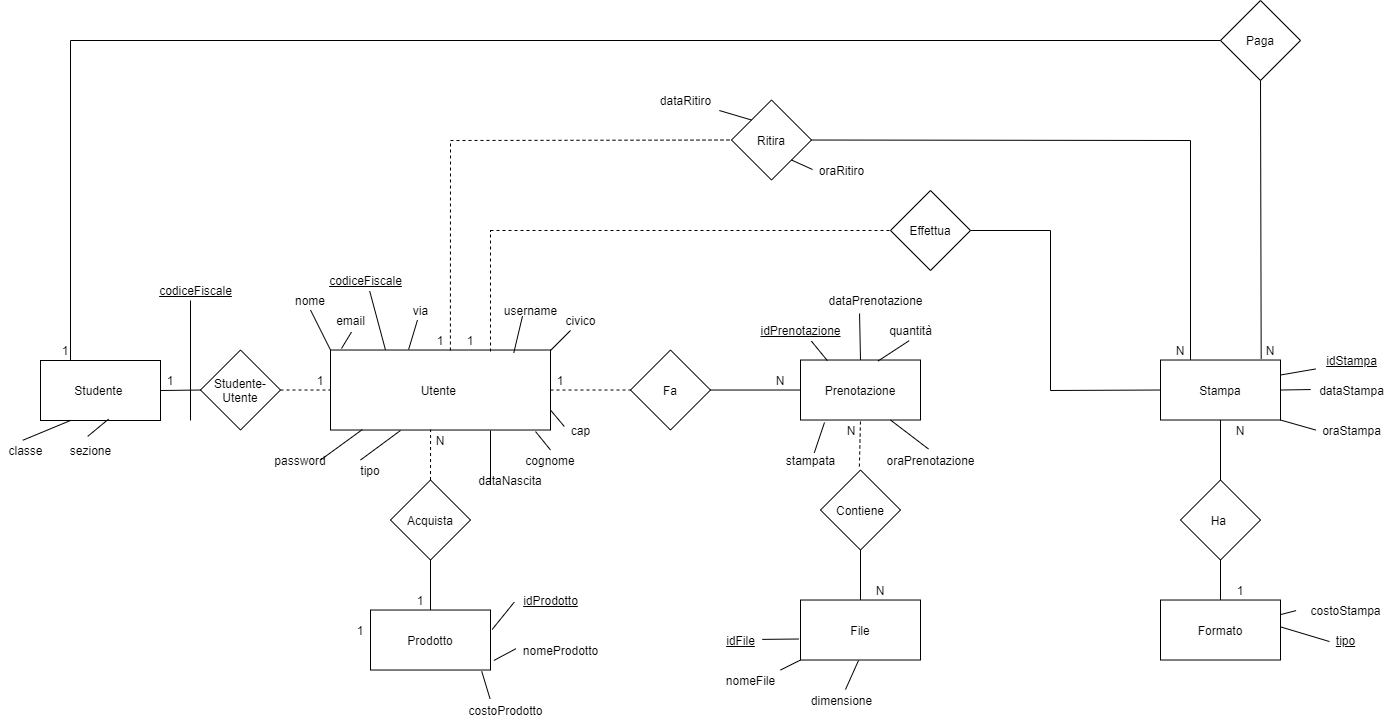
This is Documentazione/Progettazione/ER ristrutturato.png from Depog/ProgettoInformatica, a draw.io export, as it was before one commit. Source tidied: cells renumbered, new cells last; positions are measured from the earlier drawing's top-left corner, leaving out a move shared by most shapes.
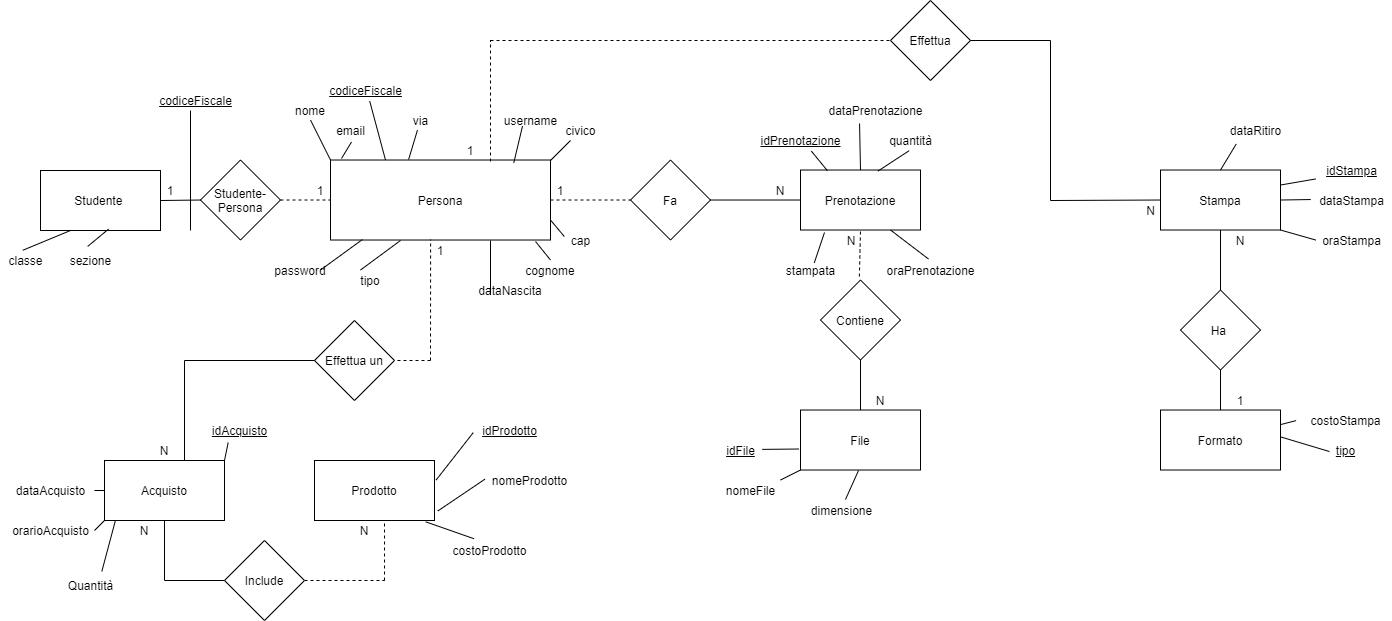
The same diagram one commit later.

The edit, as a diff of the source:
```diff
@@ -41,16 +41,13 @@
     <mxCell id="14" value="1" style="text;html=1;strokeColor=none;fillColor=none;align=center;verticalAlign=middle;whiteSpace=wrap;rounded=0;" parent="1" vertex="1">
       <mxGeometry x="1220" y="579.5" width="40" height="20" as="geometry" />
     </mxCell>
-    <mxCell id="15" value="Ritira" style="rhombus;whiteSpace=wrap;html=1;" parent="1" vertex="1">
-      <mxGeometry x="731" y="99.5" width="80" height="80" as="geometry" />
-    </mxCell>
     <mxCell id="16" value="costoStampa" style="text;html=1;align=center;verticalAlign=middle;points=[];" parent="1" vertex="1">
       <mxGeometry x="1300" y="599.5" width="90" height="20" as="geometry" />
     </mxCell>
     <mxCell id="17" style="endArrow=none;html=1;entryX=-0.049;entryY=0.529;entryDx=0;entryDy=0;entryPerimeter=0;" parent="1" edge="1" source="9" target="16">
       <mxGeometry relative="1" as="geometry" />
     </mxCell>
-    <mxCell id="18" value="Utente&amp;nbsp;" style="rounded=0;whiteSpace=wrap;html=1;" parent="1" vertex="1">
+    <mxCell id="18" value="Persona" style="rounded=0;whiteSpace=wrap;html=1;" parent="1" vertex="1">
       <mxGeometry x="330" y="349.5" width="220" height="80" as="geometry" />
     </mxCell>
     <mxCell id="19" value="Fa" style="rhombus;whiteSpace=wrap;html=1;" parent="1" vertex="1">
@@ -68,70 +65,17 @@
     <mxCell id="23" value="1" style="text;html=1;strokeColor=none;fillColor=none;align=center;verticalAlign=middle;whiteSpace=wrap;rounded=0;" parent="1" vertex="1">
       <mxGeometry x="540" y="369.5" width="40" height="20" as="geometry" />
     </mxCell>
-    <mxCell id="24" style="endArrow=none;dashed=1;html=1;entryX=0;entryY=0.5;entryDx=0;entryDy=0;" parent="1" edge="1" target="15">
-      <mxGeometry relative="1" as="geometry">
-        <mxPoint x="450" y="140" as="sourcePoint" />
-      </mxGeometry>
-    </mxCell>
-    <mxCell id="25" style="endArrow=none;dashed=1;html=1;exitX=0.545;exitY=0.006;exitDx=0;exitDy=0;exitPerimeter=0;" parent="1" edge="1" source="18">
-      <mxGeometry relative="1" as="geometry">
-        <mxPoint x="450" y="140" as="targetPoint" />
-      </mxGeometry>
-    </mxCell>
-    <mxCell id="26" style="endArrow=none;html=1;exitX=1;exitY=0.5;exitDx=0;exitDy=0;" parent="1" edge="1" source="15">
-      <mxGeometry relative="1" as="geometry">
-        <mxPoint x="1190" y="140" as="targetPoint" />
-      </mxGeometry>
-    </mxCell>
-    <mxCell id="27" style="endArrow=none;html=1;exitX=0.25;exitY=0;exitDx=0;exitDy=0;" parent="1" edge="1" source="11">
-      <mxGeometry relative="1" as="geometry">
-        <mxPoint x="1190" y="140" as="targetPoint" />
-      </mxGeometry>
-    </mxCell>
-    <mxCell id="28" value="N" style="text;html=1;strokeColor=none;fillColor=none;align=center;verticalAlign=middle;whiteSpace=wrap;rounded=0;" parent="1" vertex="1">
-      <mxGeometry x="1160" y="339.5" width="40" height="20" as="geometry" />
-    </mxCell>
-    <mxCell id="29" value="1" style="text;html=1;strokeColor=none;fillColor=none;align=center;verticalAlign=middle;whiteSpace=wrap;rounded=0;" parent="1" vertex="1">
-      <mxGeometry x="420" y="329.5" width="40" height="20" as="geometry" />
-    </mxCell>
-    <mxCell id="30" value="Acquista" style="rhombus;whiteSpace=wrap;html=1;" parent="1" vertex="1">
-      <mxGeometry x="390" y="479.5" width="80" height="80" as="geometry" />
-    </mxCell>
-    <mxCell id="31" value="Prodotto" style="rounded=0;whiteSpace=wrap;html=1;" parent="1" vertex="1">
-      <mxGeometry x="370" y="609.5" width="120" height="60" as="geometry" />
-    </mxCell>
-    <mxCell id="32" style="endArrow=none;dashed=1;html=1;entryX=0.455;entryY=0.994;entryDx=0;entryDy=0;exitX=0.5;exitY=0;exitDx=0;exitDy=0;entryPerimeter=0;" parent="1" edge="1" source="30" target="18">
-      <mxGeometry relative="1" as="geometry" />
+    <mxCell id="32" style="endArrow=none;dashed=1;html=1;entryX=0.455;entryY=0.994;entryDx=0;entryDy=0;entryPerimeter=0;" parent="1" edge="1" target="18">
+      <mxGeometry relative="1" as="geometry">
+        <mxPoint x="430" y="550" as="sourcePoint" />
+      </mxGeometry>
     </mxCell>
-    <mxCell id="33" style="endArrow=none;html=1;entryX=0.5;entryY=1;entryDx=0;entryDy=0;exitX=0.5;exitY=0;exitDx=0;exitDy=0;" parent="1" edge="1" source="31" target="30">
-      <mxGeometry relative="1" as="geometry" />
-    </mxCell>
-    <mxCell id="34" value="1" style="text;html=1;strokeColor=none;fillColor=none;align=center;verticalAlign=middle;whiteSpace=wrap;rounded=0;" parent="1" vertex="1">
-      <mxGeometry x="400" y="589.5" width="40" height="20" as="geometry" />
-    </mxCell>
-    <mxCell id="35" value="N" style="text;html=1;strokeColor=none;fillColor=none;align=center;verticalAlign=middle;whiteSpace=wrap;rounded=0;" parent="1" vertex="1">
+    <mxCell id="35" value="1" style="text;html=1;strokeColor=none;fillColor=none;align=center;verticalAlign=middle;whiteSpace=wrap;rounded=0;" parent="1" vertex="1">
       <mxGeometry x="420" y="429.5" width="40" height="20" as="geometry" />
     </mxCell>
     <mxCell id="36" value="Studente&amp;nbsp;" style="rounded=0;whiteSpace=wrap;html=1;" parent="1" vertex="1">
       <mxGeometry x="40" y="360" width="120" height="60" as="geometry" />
     </mxCell>
-    <mxCell id="37" value="Paga" style="rhombus;whiteSpace=wrap;html=1;" parent="1" vertex="1">
-      <mxGeometry x="1220" width="80" height="80" as="geometry" />
-    </mxCell>
-    <mxCell id="38" style="endArrow=none;html=1;entryX=0;entryY=0.5;entryDx=0;entryDy=0;" parent="1" edge="1" target="37">
-      <mxGeometry relative="1" as="geometry">
-        <mxPoint x="70" y="40" as="sourcePoint" />
-      </mxGeometry>
-    </mxCell>
-    <mxCell id="39" style="endArrow=none;html=1;exitX=0.839;exitY=-0.022;exitDx=0;exitDy=0;exitPerimeter=0;entryX=0.5;entryY=1;entryDx=0;entryDy=0;" parent="1" edge="1" source="11" target="37">
-      <mxGeometry relative="1" as="geometry" />
-    </mxCell>
-    <mxCell id="40" value="N" style="text;html=1;strokeColor=none;fillColor=none;align=center;verticalAlign=middle;whiteSpace=wrap;rounded=0;" parent="1" vertex="1">
-      <mxGeometry x="1250" y="340" width="40" height="20" as="geometry" />
-    </mxCell>
-    <mxCell id="41" value="1" style="text;html=1;strokeColor=none;fillColor=none;align=center;verticalAlign=middle;whiteSpace=wrap;rounded=0;" parent="1" vertex="1">
-      <mxGeometry x="45" y="339.5" width="40" height="20" as="geometry" />
-    </mxCell>
     <mxCell id="42" style="endArrow=none;dashed=1;html=1;entryX=0.5;entryY=1;entryDx=0;entryDy=0;exitX=0.486;exitY=-0.044;exitDx=0;exitDy=0;exitPerimeter=0;" parent="1" edge="1" source="3" target="2">
       <mxGeometry relative="1" as="geometry" />
     </mxCell>
@@ -261,41 +205,6 @@
     <mxCell id="82" style="endArrow=none;html=1;entryX=-0.035;entryY=0.576;entryDx=0;entryDy=0;entryPerimeter=0;exitX=1.001;exitY=0.448;exitDx=0;exitDy=0;exitPerimeter=0;" parent="1" edge="1" source="9" target="81">
       <mxGeometry relative="1" as="geometry" />
     </mxCell>
-    <mxCell id="83" value="&lt;u&gt;idProdotto&lt;/u&gt;" style="text;html=1;align=center;verticalAlign=middle;points=[];" parent="1" vertex="1">
-      <mxGeometry x="515" y="589.5" width="70" height="20" as="geometry" />
-    </mxCell>
-    <mxCell id="84" value="nomeProdotto" style="text;html=1;align=center;verticalAlign=middle;points=[];" parent="1" vertex="1">
-      <mxGeometry x="515" y="639.5" width="90" height="20" as="geometry" />
-    </mxCell>
-    <mxCell id="85" value="costoProdotto" style="text;html=1;align=center;verticalAlign=middle;points=[];" parent="1" vertex="1">
-      <mxGeometry x="460" y="700" width="90" height="20" as="geometry" />
-    </mxCell>
-    <mxCell id="86" style="endArrow=none;html=1;entryX=-0.018;entryY=0.607;entryDx=0;entryDy=0;entryPerimeter=0;exitX=1.014;exitY=0.324;exitDx=0;exitDy=0;exitPerimeter=0;" parent="1" edge="1" source="31" target="83">
-      <mxGeometry relative="1" as="geometry" />
-    </mxCell>
-    <mxCell id="87" style="endArrow=none;html=1;entryX=0.004;entryY=0.436;entryDx=0;entryDy=0;entryPerimeter=0;exitX=1.028;exitY=0.841;exitDx=0;exitDy=0;exitPerimeter=0;" parent="1" edge="1" source="31" target="84">
-      <mxGeometry relative="1" as="geometry" />
-    </mxCell>
-    <mxCell id="88" style="endArrow=none;html=1;entryX=0.927;entryY=1.022;entryDx=0;entryDy=0;entryPerimeter=0;exitX=0.328;exitY=-0.088;exitDx=0;exitDy=0;exitPerimeter=0;" parent="1" edge="1" source="85" target="31">
-      <mxGeometry relative="1" as="geometry" />
-    </mxCell>
-    <mxCell id="89" value="dataRitiro" style="text;html=1;align=center;verticalAlign=middle;points=[];" parent="1" vertex="1">
-      <mxGeometry x="650" y="90" width="70" height="20" as="geometry" />
-    </mxCell>
-    <mxCell id="90" value="oraRitiro" style="text;html=1;align=center;verticalAlign=middle;points=[];" parent="1" vertex="1">
-      <mxGeometry x="811" y="159.5" width="60" height="20" as="geometry" />
-    </mxCell>
-    <mxCell id="91" style="endArrow=none;html=1;entryX=0.017;entryY=0.474;entryDx=0;entryDy=0;entryPerimeter=0;exitX=1;exitY=1;exitDx=0;exitDy=0;" parent="1" edge="1" source="15" target="90">
-      <mxGeometry relative="1" as="geometry" />
-    </mxCell>
-    <mxCell id="92" style="endArrow=none;html=1;exitX=0;exitY=0;exitDx=0;exitDy=0;" parent="1" edge="1" source="15" target="89">
-      <mxGeometry relative="1" as="geometry" />
-    </mxCell>
-    <mxCell id="93" style="endArrow=none;html=1;entryX=0.25;entryY=0;entryDx=0;entryDy=0;" parent="1" edge="1" target="36">
-      <mxGeometry relative="1" as="geometry">
-        <mxPoint x="70" y="40" as="sourcePoint" />
-      </mxGeometry>
-    </mxCell>
     <mxCell id="94" value="tipo" style="text;html=1;strokeColor=none;fillColor=none;align=center;verticalAlign=middle;whiteSpace=wrap;rounded=0;" parent="1" vertex="1">
       <mxGeometry x="350" y="459.5" width="40" height="20" as="geometry" />
     </mxCell>
@@ -307,9 +216,6 @@
     <mxCell id="96" value="password" style="text;html=1;strokeColor=none;fillColor=none;align=center;verticalAlign=middle;whiteSpace=wrap;rounded=0;" parent="1" vertex="1">
       <mxGeometry x="280" y="449.5" width="40" height="20" as="geometry" />
     </mxCell>
-    <mxCell id="97" value="1" style="text;html=1;strokeColor=none;fillColor=none;align=center;verticalAlign=middle;whiteSpace=wrap;rounded=0;" parent="1" vertex="1">
-      <mxGeometry x="340" y="619.5" width="40" height="20" as="geometry" />
-    </mxCell>
     <mxCell id="98" style="endArrow=none;html=1;entryX=0.145;entryY=0.994;entryDx=0;entryDy=0;entryPerimeter=0;exitX=1;exitY=0.5;exitDx=0;exitDy=0;" parent="1" edge="1" source="96" target="18">
       <mxGeometry relative="1" as="geometry" />
     </mxCell>
@@ -327,7 +233,7 @@
     <mxCell id="102" style="endArrow=none;html=1;entryX=-0.04;entryY=0.324;entryDx=0;entryDy=0;entryPerimeter=0;exitX=1;exitY=0.75;exitDx=0;exitDy=0;" parent="1" edge="1" source="18" target="99">
       <mxGeometry relative="1" as="geometry" />
     </mxCell>
-    <mxCell id="103" value="Studente-Utente" style="rhombus;whiteSpace=wrap;html=1;" parent="1" vertex="1">
+    <mxCell id="103" value="Studente-Persona" style="rhombus;whiteSpace=wrap;html=1;" parent="1" vertex="1">
       <mxGeometry x="200" y="349.5" width="80" height="80" as="geometry" />
     </mxCell>
     <mxCell id="104" style="endArrow=none;dashed=1;html=1;exitX=1;exitY=0.5;exitDx=0;exitDy=0;entryX=0;entryY=0.5;entryDx=0;entryDy=0;" parent="1" edge="1" source="103" target="18">
@@ -390,5 +296,119 @@
     <mxCell id="118" style="endArrow=none;html=1;entryX=0.386;entryY=0.804;entryDx=0;entryDy=0;entryPerimeter=0;exitX=0.833;exitY=0.036;exitDx=0;exitDy=0;exitPerimeter=0;" parent="1" edge="1" source="18" target="117">
       <mxGeometry relative="1" as="geometry" />
     </mxCell>
+    <mxCell id="119" value="Effettua un" style="rhombus;whiteSpace=wrap;html=1;" parent="1" vertex="1">
+      <mxGeometry x="314" y="510" width="80" height="80" as="geometry" />
+    </mxCell>
+    <mxCell id="31" value="Prodotto" style="rounded=0;whiteSpace=wrap;html=1;" parent="1" vertex="1">
+      <mxGeometry x="314" y="650" width="120" height="60" as="geometry" />
+    </mxCell>
+    <mxCell id="120" value="N" style="text;html=1;strokeColor=none;fillColor=none;align=center;verticalAlign=middle;whiteSpace=wrap;rounded=0;" parent="1" vertex="1">
+      <mxGeometry x="144" y="630" width="40" height="20" as="geometry" />
+    </mxCell>
+    <mxCell id="83" value="&lt;u&gt;idProdotto&lt;/u&gt;" style="text;html=1;align=center;verticalAlign=middle;points=[];" parent="1" vertex="1">
+      <mxGeometry x="474" y="610" width="70" height="20" as="geometry" />
+    </mxCell>
+    <mxCell id="84" value="nomeProdotto" style="text;html=1;align=center;verticalAlign=middle;points=[];" parent="1" vertex="1">
+      <mxGeometry x="484" y="660" width="90" height="20" as="geometry" />
+    </mxCell>
+    <mxCell id="85" value="costoProdotto" style="text;html=1;align=center;verticalAlign=middle;points=[];" parent="1" vertex="1">
+      <mxGeometry x="444" y="730" width="90" height="20" as="geometry" />
+    </mxCell>
+    <mxCell id="86" style="endArrow=none;html=1;entryX=-0.018;entryY=0.607;entryDx=0;entryDy=0;entryPerimeter=0;exitX=1.014;exitY=0.324;exitDx=0;exitDy=0;exitPerimeter=0;" parent="1" edge="1" source="31" target="83">
+      <mxGeometry relative="1" as="geometry" />
+    </mxCell>
+    <mxCell id="87" style="endArrow=none;html=1;entryX=0.004;entryY=0.436;entryDx=0;entryDy=0;entryPerimeter=0;exitX=1.028;exitY=0.841;exitDx=0;exitDy=0;exitPerimeter=0;" parent="1" edge="1" source="31" target="84">
+      <mxGeometry relative="1" as="geometry" />
+    </mxCell>
+    <mxCell id="88" style="endArrow=none;html=1;entryX=0.927;entryY=1.022;entryDx=0;entryDy=0;entryPerimeter=0;exitX=0.328;exitY=-0.088;exitDx=0;exitDy=0;exitPerimeter=0;" parent="1" edge="1" source="85" target="31">
+      <mxGeometry relative="1" as="geometry" />
+    </mxCell>
+    <mxCell id="121" value="Acquisto" style="rounded=0;whiteSpace=wrap;html=1;" parent="1" vertex="1">
+      <mxGeometry x="104" y="650" width="120" height="60" as="geometry" />
+    </mxCell>
+    <mxCell id="122" style="endArrow=none;html=1;entryX=0;entryY=0.5;entryDx=0;entryDy=0;" parent="1" edge="1" target="119">
+      <mxGeometry relative="1" as="geometry">
+        <mxPoint x="184" y="550" as="sourcePoint" />
+      </mxGeometry>
+    </mxCell>
+    <mxCell id="123" style="endArrow=none;html=1;" parent="1" edge="1">
+      <mxGeometry relative="1" as="geometry">
+        <mxPoint x="184" y="650" as="sourcePoint" />
+        <mxPoint x="184" y="550" as="targetPoint" />
+      </mxGeometry>
+    </mxCell>
+    <mxCell id="124" style="endArrow=none;html=1;entryX=0.5;entryY=1;entryDx=0;entryDy=0;" parent="1" edge="1" target="121">
+      <mxGeometry relative="1" as="geometry">
+        <mxPoint x="164" y="770" as="sourcePoint" />
+      </mxGeometry>
+    </mxCell>
+    <mxCell id="125" style="endArrow=none;html=1;entryX=0;entryY=0.5;entryDx=0;entryDy=0;" parent="1" edge="1">
+      <mxGeometry relative="1" as="geometry">
+        <mxPoint x="164" y="770" as="sourcePoint" />
+        <mxPoint x="224" y="770" as="targetPoint" />
+      </mxGeometry>
+    </mxCell>
+    <mxCell id="126" value="N" style="text;html=1;strokeColor=none;fillColor=none;align=center;verticalAlign=middle;whiteSpace=wrap;rounded=0;" parent="1" vertex="1">
+      <mxGeometry x="344" y="710" width="40" height="20" as="geometry" />
+    </mxCell>
+    <mxCell id="127" value="N" style="text;html=1;strokeColor=none;fillColor=none;align=center;verticalAlign=middle;whiteSpace=wrap;rounded=0;" parent="1" vertex="1">
+      <mxGeometry x="124" y="710" width="40" height="20" as="geometry" />
+    </mxCell>
+    <mxCell id="128" value="&lt;u&gt;idAcquisto&lt;/u&gt;" style="text;html=1;align=center;verticalAlign=middle;points=[];" parent="1" vertex="1">
+      <mxGeometry x="204" y="610" width="70" height="20" as="geometry" />
+    </mxCell>
+    <mxCell id="129" style="endArrow=none;html=1;entryX=0.338;entryY=1.108;entryDx=0;entryDy=0;entryPerimeter=0;exitX=1;exitY=0;exitDx=0;exitDy=0;" parent="1" edge="1" source="121" target="128">
+      <mxGeometry relative="1" as="geometry" />
+    </mxCell>
+    <mxCell id="130" style="endArrow=none;html=1;entryX=0;entryY=0.5;entryDx=0;entryDy=0;" parent="1" edge="1" target="121">
+      <mxGeometry relative="1" as="geometry">
+        <mxPoint x="94" y="680" as="sourcePoint" />
+      </mxGeometry>
+    </mxCell>
+    <mxCell id="131" style="endArrow=none;html=1;entryX=0;entryY=1;entryDx=0;entryDy=0;" parent="1" edge="1" target="121">
+      <mxGeometry relative="1" as="geometry">
+        <mxPoint x="94" y="720" as="sourcePoint" />
+      </mxGeometry>
+    </mxCell>
+    <mxCell id="132" value="Quantità" style="text;html=1;align=center;verticalAlign=middle;points=[];" parent="1" vertex="1">
+      <mxGeometry x="60" y="765" width="60" height="20" as="geometry" />
+    </mxCell>
+    <mxCell id="133" style="endArrow=none;html=1;entryX=0.092;entryY=0.992;entryDx=0;entryDy=0;entryPerimeter=0;exitX=0.689;exitY=-0.208;exitDx=0;exitDy=0;exitPerimeter=0;" parent="1" edge="1" source="132" target="121">
+      <mxGeometry relative="1" as="geometry" />
+    </mxCell>
+    <mxCell id="134" style="endArrow=none;dashed=1;html=1;entryX=1;entryY=0;entryDx=0;entryDy=0;" parent="1" edge="1" target="126">
+      <mxGeometry relative="1" as="geometry">
+        <mxPoint x="384" y="770" as="sourcePoint" />
+      </mxGeometry>
+    </mxCell>
+    <mxCell id="135" style="endArrow=none;dashed=1;html=1;exitX=1;exitY=0.5;exitDx=0;exitDy=0;" parent="1" edge="1">
+      <mxGeometry relative="1" as="geometry">
+        <mxPoint x="304" y="770" as="sourcePoint" />
+        <mxPoint x="384" y="770" as="targetPoint" />
+      </mxGeometry>
+    </mxCell>
+    <mxCell id="136" style="endArrow=none;dashed=1;html=1;entryX=1;entryY=0.5;entryDx=0;entryDy=0;" parent="1" edge="1" target="119">
+      <mxGeometry relative="1" as="geometry">
+        <mxPoint x="430" y="550" as="sourcePoint" />
+      </mxGeometry>
+    </mxCell>
+    <mxCell id="137" value="dataAcquisto" style="text;html=1;align=center;verticalAlign=middle;" parent="1" vertex="1">
+      <mxGeometry x="10" y="669.5" width="80" height="20" as="geometry" />
+    </mxCell>
+    <mxCell id="138" value="orarioAcquisto" style="text;html=1;align=center;verticalAlign=middle;" parent="1" vertex="1">
+      <mxGeometry x="5" y="710" width="90" height="20" as="geometry" />
+    </mxCell>
+    <mxCell id="139" value="Include" style="rhombus;whiteSpace=wrap;html=1;" parent="1" vertex="1">
+      <mxGeometry x="224" y="730" width="80" height="80" as="geometry" />
+    </mxCell>
+    <mxCell id="89" value="dataRitiro" style="text;html=1;align=center;verticalAlign=middle;points=[];" parent="1" vertex="1">
+      <mxGeometry x="1220" y="310" width="70" height="20" as="geometry" />
+    </mxCell>
+    <mxCell id="140" style="endArrow=none;html=1;entryX=0.5;entryY=0;entryDx=0;entryDy=0;exitX=0.224;exitY=1.179;exitDx=0;exitDy=0;exitPerimeter=0;" parent="1" edge="1" source="89" target="11">
+      <mxGeometry relative="1" as="geometry" />
+    </mxCell>
+    <mxCell id="141" value="N" style="text;html=1;align=center;verticalAlign=middle;" parent="1" vertex="1">
+      <mxGeometry x="1140" y="389.5" width="20" height="20" as="geometry" />
+    </mxCell>
   </root>
 </mxGraphModel>
```
